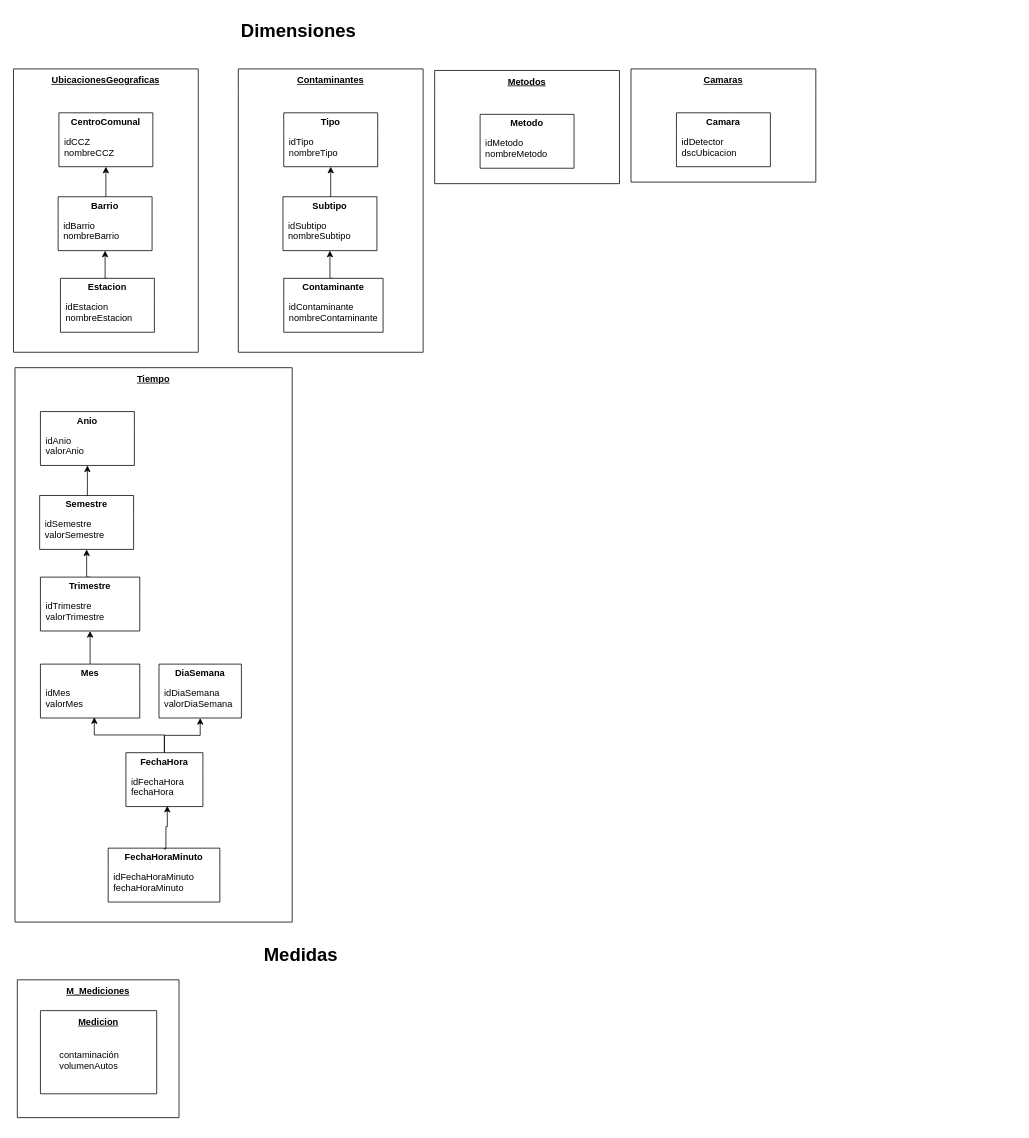
Before: 2. Diseño conceptual/Dimensiones y Medidas.drawio in gonzalomelov/dw-calidad-aire-docs, a draw.io diagram. Source tidied: cells renumbered, new cells numbered last; positions are measured from the earlier drawing's top-left corner, leaving out a move shared by most shapes. Both pictures are drawn from the tidied source at 77%, with x=0, y=0 at pixel (13, 13).
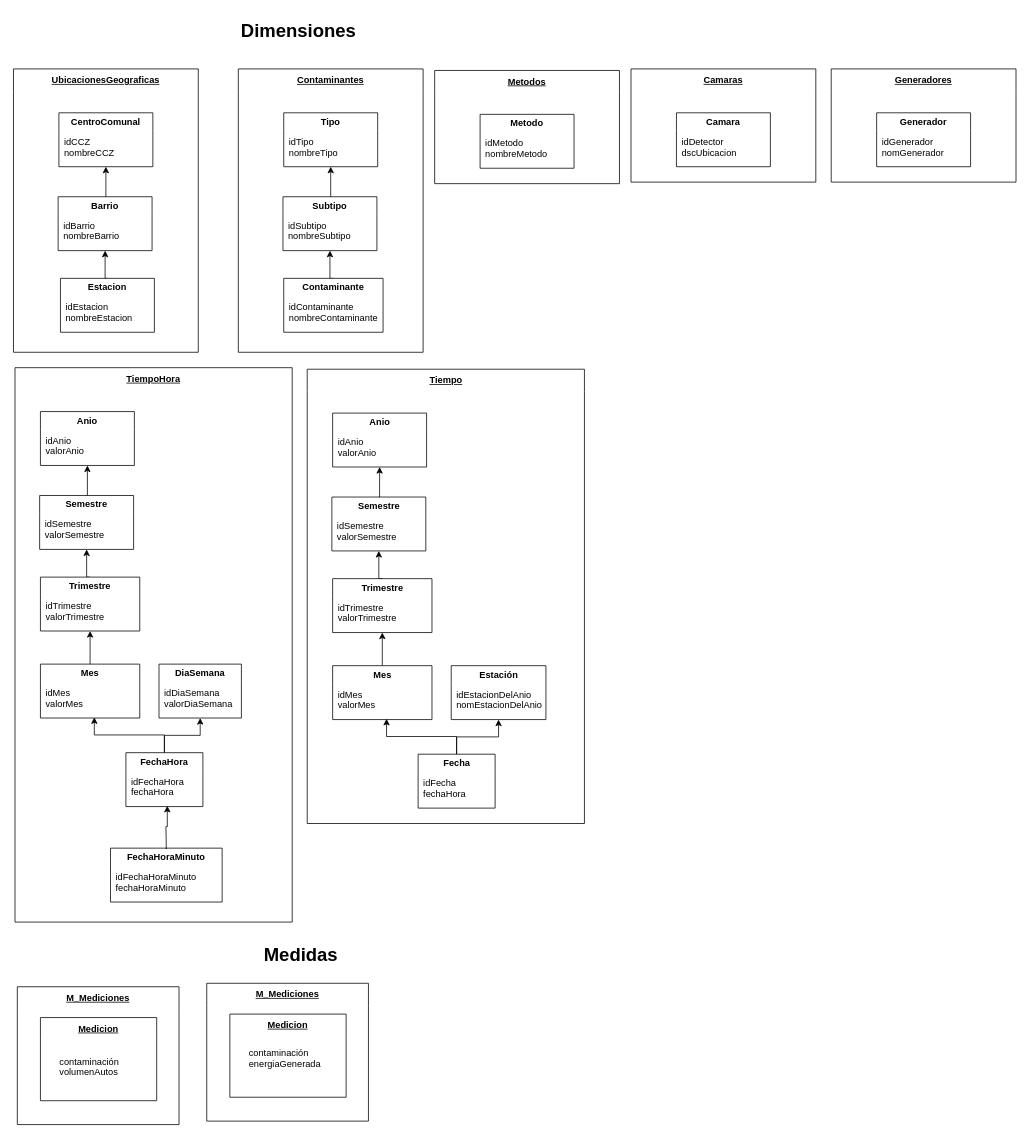
Above is the later version.

Change to the diagram source:
```diff
@@
     <mxCell id="13" value="M_Mediciones" style="swimlane;swimlaneLine=0;whiteSpace=wrap;startSize=29;fontStyle=5;" parent="1" vertex="1">
-      <mxGeometry x="5" y="1255" width="210" height="179" as="geometry" />
+      <mxGeometry x="5" y="1264" width="210" height="179" as="geometry" />
     </mxCell>
@@
-    <mxCell id="31" value="Tiempo" style="swimlane;swimlaneLine=0;whiteSpace=wrap;startSize=29;fontStyle=5;align=center;" parent="1" vertex="1">
+    <mxCell id="31" value="TiempoHora" style="swimlane;swimlaneLine=0;whiteSpace=wrap;startSize=29;fontStyle=5;align=center;" parent="1" vertex="1">
       <mxGeometry x="2" y="460" width="360" height="720" as="geometry" />
     </mxCell>
@@
     <mxCell id="45" value="FechaHoraMinuto" style="swimlane;swimlaneLine=0;whiteSpace=wrap;" parent="31" vertex="1">
-      <mxGeometry x="121" y="624" width="145" height="70" as="geometry" />
+      <mxGeometry x="124" y="624" width="145" height="70" as="geometry" />
     </mxCell>
@@
+    <mxCell id="52" value="M_Mediciones" style="swimlane;swimlaneLine=0;whiteSpace=wrap;startSize=29;fontStyle=5;" parent="1" vertex="1">
+      <mxGeometry x="251" y="1259.5" width="210" height="179" as="geometry" />
+    </mxCell>
+    <mxCell id="53" value="Medicion" style="swimlane;swimlaneLine=0;whiteSpace=wrap;startSize=29;fontStyle=5;" parent="52" vertex="1">
+      <mxGeometry x="30" y="40" width="151" height="108" as="geometry" />
+    </mxCell>
+    <mxCell id="54" value="contaminación&#10;energiaGenerada&#10;" style="text;align=left;verticalAlign=middle;" parent="53" vertex="1">
+      <mxGeometry x="23" y="27.4" width="155" height="72.6" as="geometry" />
+    </mxCell>
+    <mxCell id="55" value="Generadores" style="swimlane;swimlaneLine=0;whiteSpace=wrap;startSize=29;fontStyle=5;align=center;" parent="1" vertex="1">
+      <mxGeometry x="1062" y="72" width="240" height="147" as="geometry" />
+    </mxCell>
+    <mxCell id="56" value="Generador" style="swimlane;swimlaneLine=0;whiteSpace=wrap;" parent="55" vertex="1">
+      <mxGeometry x="59" y="57" width="122" height="70" as="geometry" />
+    </mxCell>
+    <mxCell id="57" value="idGenerador&#10;nomGenerador" style="text;align=left;verticalAlign=middle;" parent="56" vertex="1">
+      <mxGeometry x="5" y="19" width="130" height="50" as="geometry" />
+    </mxCell>
+    <mxCell id="58" value="Tiempo" style="swimlane;swimlaneLine=0;whiteSpace=wrap;startSize=29;fontStyle=5;align=center;" parent="1" vertex="1">
+      <mxGeometry x="381.5" y="462" width="360" height="590" as="geometry" />
+    </mxCell>
+    <mxCell id="59" value="Anio" style="swimlane;swimlaneLine=0;whiteSpace=wrap;" parent="58" vertex="1">
+      <mxGeometry x="33" y="57" width="122" height="70" as="geometry" />
+    </mxCell>
+    <mxCell id="60" value="idAnio&#10;valorAnio" style="text;align=left;verticalAlign=middle;" parent="59" vertex="1">
+      <mxGeometry x="5" y="19" width="130" height="50" as="geometry" />
+    </mxCell>
+    <mxCell id="61" style="edgeStyle=orthogonalEdgeStyle;rounded=0;html=1;exitX=0.5;exitY=0;entryX=0.5;entryY=1;jettySize=auto;" parent="58" edge="1" source="62" target="59">
+      <mxGeometry relative="1" as="geometry" />
+    </mxCell>
+    <mxCell id="62" value="Semestre" style="swimlane;swimlaneLine=0;whiteSpace=wrap;" parent="58" vertex="1">
+      <mxGeometry x="32" y="166" width="122" height="70" as="geometry" />
+    </mxCell>
+    <mxCell id="63" value="idSemestre&#10;valorSemestre" style="text;align=left;verticalAlign=middle;" parent="62" vertex="1">
+      <mxGeometry x="5" y="19" width="130" height="50" as="geometry" />
+    </mxCell>
+    <mxCell id="64" style="edgeStyle=orthogonalEdgeStyle;rounded=0;html=1;exitX=0.5;exitY=0;entryX=0.5;entryY=1;jettySize=auto;" parent="58" edge="1" source="65" target="62">
+      <mxGeometry relative="1" as="geometry" />
+    </mxCell>
+    <mxCell id="65" value="Trimestre" style="swimlane;swimlaneLine=0;whiteSpace=wrap;" parent="58" vertex="1">
+      <mxGeometry x="33" y="272" width="129" height="70" as="geometry" />
+    </mxCell>
+    <mxCell id="66" value="idTrimestre&#10;valorTrimestre" style="text;align=left;verticalAlign=middle;" parent="65" vertex="1">
+      <mxGeometry x="5" y="19" width="130" height="50" as="geometry" />
+    </mxCell>
+    <mxCell id="67" style="edgeStyle=orthogonalEdgeStyle;rounded=0;html=1;exitX=0.5;exitY=0;entryX=0.5;entryY=1;jettySize=auto;" parent="58" edge="1" source="68" target="65">
+      <mxGeometry relative="1" as="geometry" />
+    </mxCell>
+    <mxCell id="68" value="Mes" style="swimlane;swimlaneLine=0;whiteSpace=wrap;" parent="58" vertex="1">
+      <mxGeometry x="33" y="385" width="129" height="70" as="geometry" />
+    </mxCell>
+    <mxCell id="69" value="idMes&#10;valorMes" style="text;align=left;verticalAlign=middle;" parent="68" vertex="1">
+      <mxGeometry x="5" y="19" width="130" height="50" as="geometry" />
+    </mxCell>
+    <mxCell id="70" value="Estación" style="swimlane;swimlaneLine=0;whiteSpace=wrap;" parent="58" vertex="1">
+      <mxGeometry x="187" y="385" width="123" height="70" as="geometry" />
+    </mxCell>
+    <mxCell id="71" value="idEstacionDelAnio&#10;nomEstacionDelAnio" style="text;align=left;verticalAlign=middle;" parent="70" vertex="1">
+      <mxGeometry x="5" y="19" width="130" height="50" as="geometry" />
+    </mxCell>
+    <mxCell id="72" style="edgeStyle=orthogonalEdgeStyle;rounded=0;html=1;exitX=0.5;exitY=0;entryX=0.5;entryY=1;jettySize=auto;" parent="1" edge="1" source="74" target="69">
+      <mxGeometry relative="1" as="geometry" />
+    </mxCell>
+    <mxCell id="73" style="edgeStyle=orthogonalEdgeStyle;rounded=0;html=1;exitX=0.5;exitY=0;entryX=0.5;entryY=1;jettySize=auto;" parent="1" edge="1" source="74" target="70">
+      <mxGeometry relative="1" as="geometry" />
+    </mxCell>
+    <mxCell id="74" value="Fecha" style="swimlane;swimlaneLine=0;whiteSpace=wrap;" parent="1" vertex="1">
+      <mxGeometry x="525.5" y="962" width="100" height="70" as="geometry" />
+    </mxCell>
+    <mxCell id="75" value="idFecha&#10;fechaHora" style="text;align=left;verticalAlign=middle;" parent="74" vertex="1">
+      <mxGeometry x="5" y="19" width="65" height="50" as="geometry" />
+    </mxCell>
```
